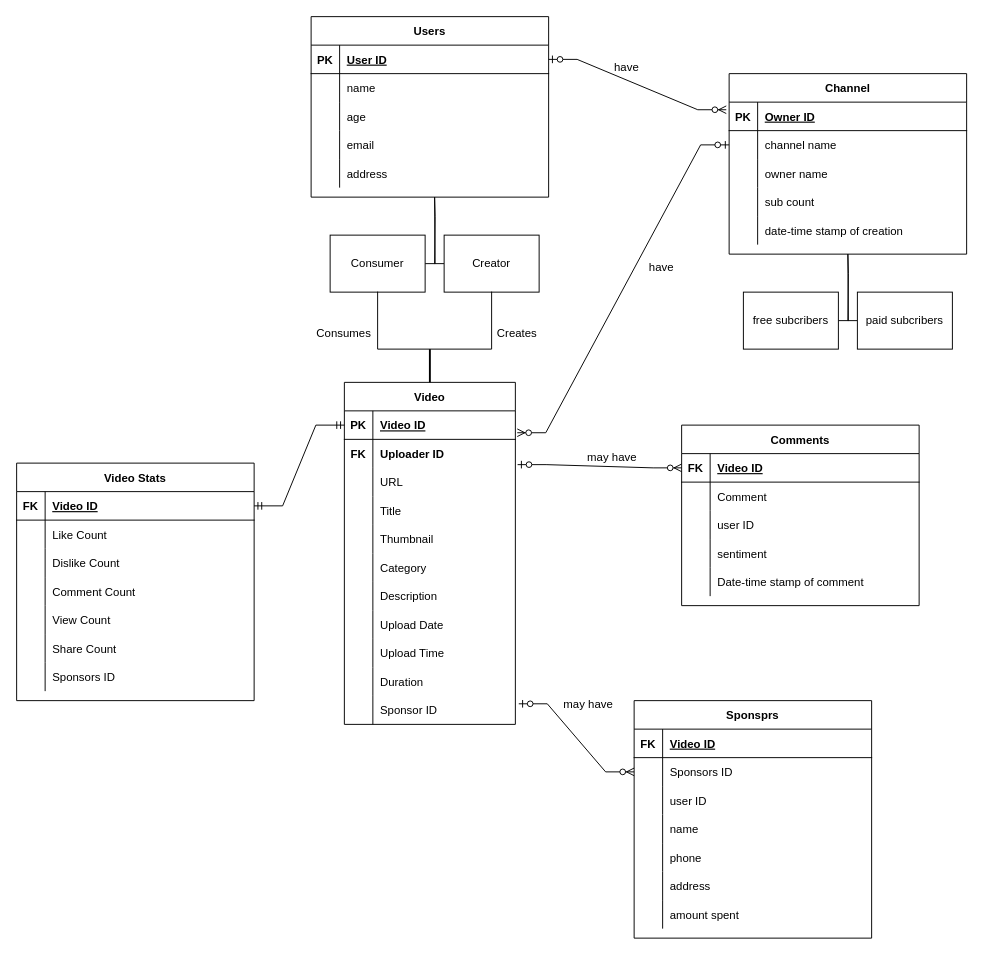
Shreyansh-code/ER-Diagram-Youtube keeps this draw.io diagram as Untitled Diagram.drawio. Above is the earlier version. Source tidied: cells renumbered, new cells numbered last; positions are measured from the earlier drawing's top-left corner, leaving out a move shared by most shapes. Both pictures are drawn from the tidied source at 95%, with x=0, y=0 at pixel (16, 16).
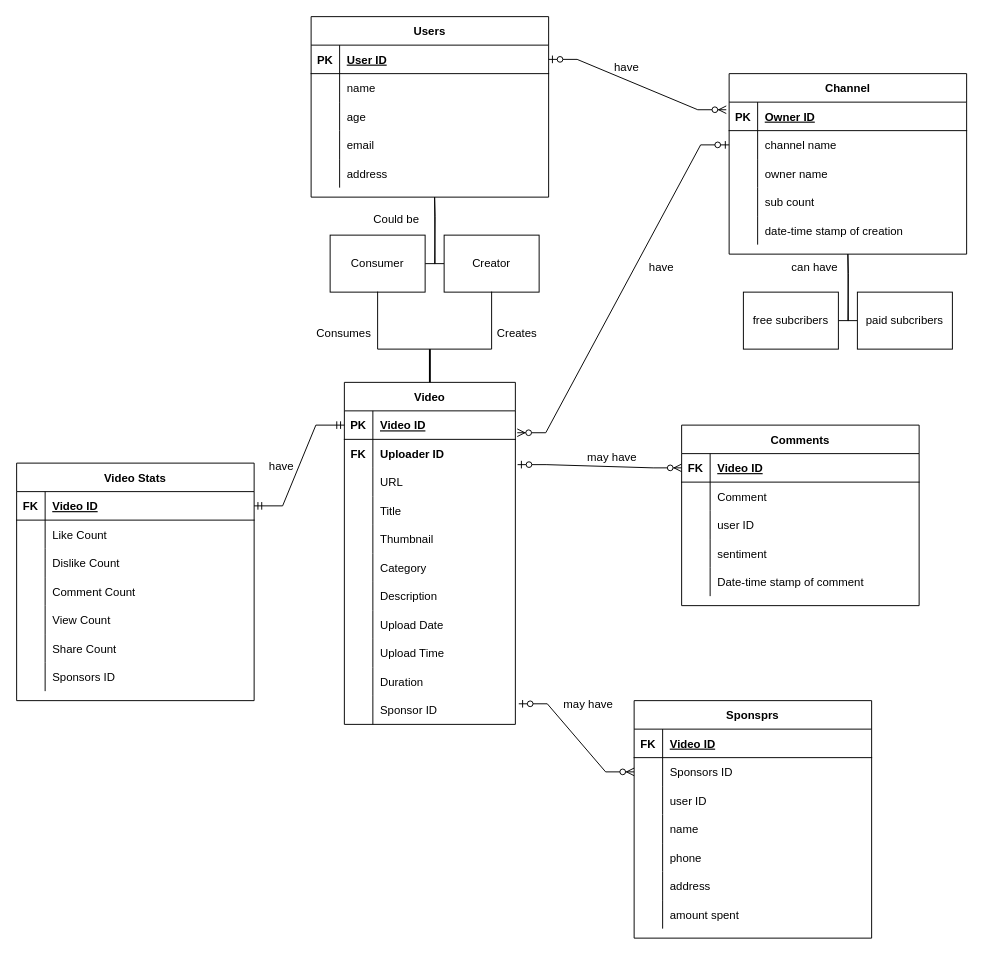
Above is the later version.

Change to the diagram source:
```diff
@@
+    <mxCell id="149" value="have" style="text;strokeColor=none;fillColor=none;spacingLeft=4;spacingRight=4;overflow=hidden;fontSize=12;" parent="1" vertex="1">
+      <mxGeometry x="260" y="460" width="40" height="30" as="geometry" />
+    </mxCell>
+    <mxCell id="150" value="Could be" style="text;strokeColor=none;fillColor=none;spacingLeft=4;spacingRight=4;overflow=hidden;fontSize=12;" parent="1" vertex="1">
+      <mxGeometry x="370" y="200" width="60" height="30" as="geometry" />
+    </mxCell>
+    <mxCell id="151" value="can have" style="text;strokeColor=none;fillColor=none;spacingLeft=4;spacingRight=4;overflow=hidden;fontSize=12;" parent="1" vertex="1">
+      <mxGeometry x="810" y="250" width="65" height="30" as="geometry" />
+    </mxCell>
```
